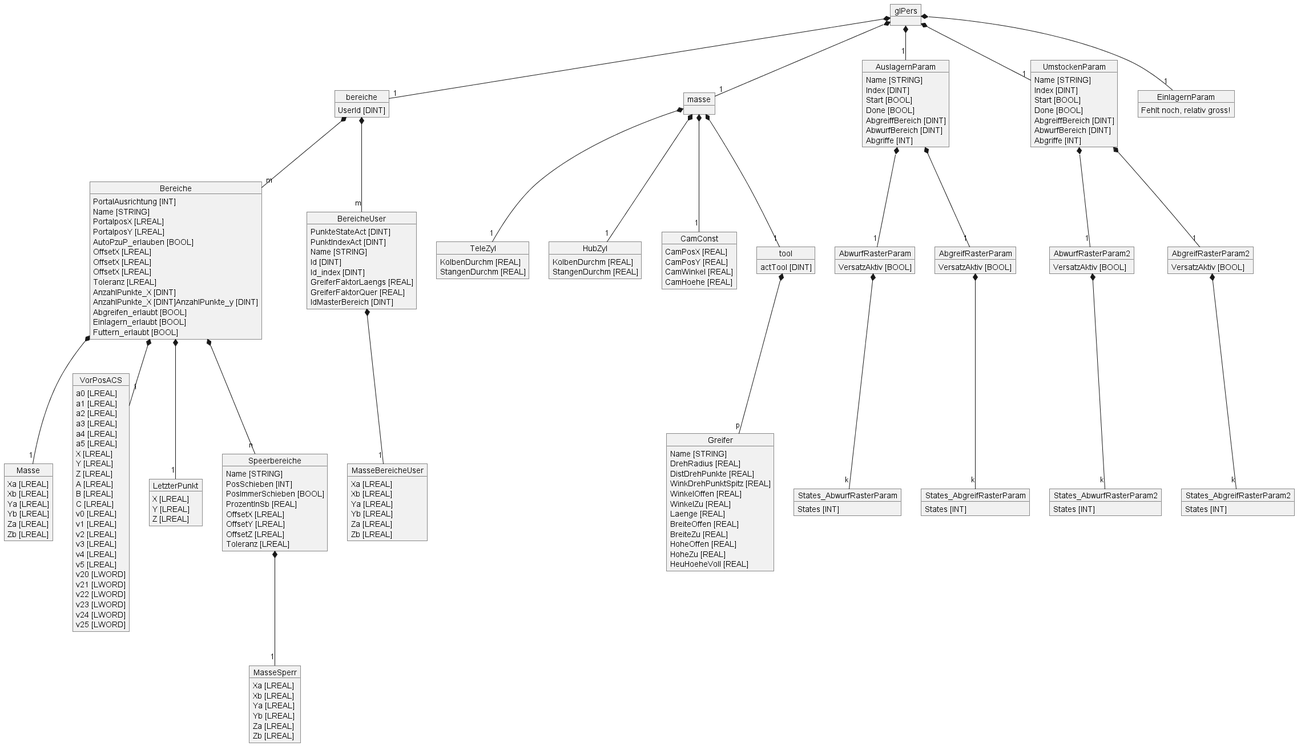
The PlantUML diagram Object_Diagram.png in dooominiin/Heukranen, before a commit. The source it was exported from:
```plantuml
@startuml

object glPers

object bereiche
object masse



bereiche : UserId [DINT]

object Bereiche
Bereiche : PortalAusrichtung [INT]
Bereiche : Name [STRING]
Bereiche : PortalposX [LREAL]
Bereiche : PortalposY [LREAL]
Bereiche : AutoPzuP_erlauben [BOOL]
Bereiche : OffsetX [LREAL]
Bereiche : OffsetX [LREAL]
Bereiche : OffsetX [LREAL]
Bereiche : Toleranz [LREAL]
Bereiche : AnzahlPunkte_X [DINT]
Bereiche : AnzahlPunkte_X [DINT]AnzahlPunkte_y [DINT]
Bereiche : Abgreifen_erlaubt [BOOL]
Bereiche : Einlagern_erlaubt [BOOL]
Bereiche : Futtern_erlaubt [BOOL]

Object Masse
Masse : Xa [LREAL]
Masse : Xb [LREAL]
Masse : Ya [LREAL]
Masse : Yb [LREAL]
Masse : Za [LREAL]
Masse : Zb [LREAL]

Object VorPosACS
VorPosACS : a0 [LREAL]
VorPosACS : a1 [LREAL]
VorPosACS : a2 [LREAL]
VorPosACS : a3 [LREAL]
VorPosACS : a4 [LREAL]
VorPosACS : a5 [LREAL]
VorPosACS : X [LREAL]
VorPosACS : Y [LREAL]
VorPosACS : Z [LREAL]
VorPosACS : A [LREAL]
VorPosACS : B [LREAL]
VorPosACS : C [LREAL]
VorPosACS : v0 [LREAL]
VorPosACS : v1 [LREAL]
VorPosACS : v2 [LREAL]
VorPosACS : v3 [LREAL]
VorPosACS : v4 [LREAL]
VorPosACS : v5 [LREAL]
VorPosACS : v20 [LWORD]
VorPosACS : v21 [LWORD]
VorPosACS : v22 [LWORD]
VorPosACS : v23 [LWORD]
VorPosACS : v24 [LWORD]
VorPosACS : v25 [LWORD]

Object LetzterPunkt
LetzterPunkt : X [LREAL]
LetzterPunkt : Y [LREAL]
LetzterPunkt : Z [LREAL]

Object Speerbereiche
Speerbereiche : Name [STRING]
Speerbereiche : PosSchieben [INT]
Speerbereiche : PosImmerSchieben [BOOL]
Speerbereiche : ProzentInSb [REAL]
Speerbereiche : OffsetX [LREAL]
Speerbereiche : OffsetY [LREAL]
Speerbereiche : OffsetZ [LREAL]
Speerbereiche : Toleranz [LREAL]

Object MasseSperr
MasseSperr : Xa [LREAL]
MasseSperr : Xb [LREAL]
MasseSperr : Ya [LREAL]
MasseSperr : Yb [LREAL]
MasseSperr : Za [LREAL]
MasseSperr : Zb [LREAL]

object BereicheUser
BereicheUser : PunkteStateAct [DINT]
BereicheUser : PunktIndexAct [DINT]
BereicheUser : Name [STRING]
BereicheUser : Id [DINT]
BereicheUser : Id_index [DINT]
BereicheUser : GreiferFaktorLaengs [REAL]
BereicheUser : GreiferFaktorQuer [REAL]
BereicheUser : IdMasterBereich [DINT]

object MasseBereicheUser
MasseBereicheUser : Xa [LREAL]
MasseBereicheUser : Xb [LREAL]
MasseBereicheUser : Ya [LREAL]
MasseBereicheUser : Yb [LREAL]
MasseBereicheUser : Za [LREAL]
MasseBereicheUser : Zb [LREAL]

object TeleZyl
TeleZyl : KolbenDurchm [REAL]
TeleZyl : StangenDurchm [REAL]

object HubZyl
HubZyl : KolbenDurchm [REAL]
HubZyl : StangenDurchm [REAL]

object CamConst
CamConst : CamPosX [REAL]
CamConst : CamPosY [REAL]
CamConst : CamWinkel [REAL]
CamConst : CamHoehe [REAL]

object tool
tool : actTool [DINT]

object Greifer
Greifer : Name [STRING]
Greifer : DrehRadius [REAL]
Greifer : DistDrehPunkte [REAL]
Greifer : WinkDrehPunktSpitz [REAL]
Greifer : WinkelOffen [REAL]
Greifer : WinkelZu [REAL]
Greifer : Laenge [REAL]
Greifer : BreiteOffen [REAL]
Greifer : BreiteZu [REAL]
Greifer : HoheOffen [REAL]
Greifer : HoheZu [REAL]
Greifer : HeuHoeheVoll [REAL]


object AuslagernParam
AuslagernParam : Name [STRING]
AuslagernParam : Index [DINT]
AuslagernParam : Start [BOOL]
AuslagernParam : Done [BOOL]
AuslagernParam : AbgreiffBereich [DINT]
AuslagernParam : AbwurfBereich [DINT]
AuslagernParam : Abgriffe [INT]

object AbwurfRasterParam
AbwurfRasterParam : VersatzAktiv [BOOL]

object States_AbwurfRasterParam
States_AbwurfRasterParam : States [INT]

object AbgreifRasterParam
AbgreifRasterParam : VersatzAktiv [BOOL]

object States_AbgreifRasterParam
States_AbgreifRasterParam : States [INT]

object UmstockenParam
UmstockenParam : Name [STRING]
UmstockenParam : Index [DINT]
UmstockenParam : Start [BOOL]
UmstockenParam : Done [BOOL]
UmstockenParam : AbgreiffBereich [DINT]
UmstockenParam : AbwurfBereich [DINT]
UmstockenParam : Abgriffe [INT]

object AbwurfRasterParam2
AbwurfRasterParam2 : VersatzAktiv [BOOL]

object States_AbwurfRasterParam2
States_AbwurfRasterParam2 : States [INT]

object AbgreifRasterParam2
AbgreifRasterParam2 : VersatzAktiv [BOOL]

object States_AbgreifRasterParam2
States_AbgreifRasterParam2 : States [INT]


object EinlagernParam
EinlagernParam : Fehlt noch, relativ gross!







glPers *-- "1" bereiche
glPers *-- "1" masse
glPers *-- "1" EinlagernParam
glPers *-- "1" AuslagernParam
glPers *-- "1" UmstockenParam

bereiche *-- "m" Bereiche
bereiche *-- "m" BereicheUser

Bereiche *-- "1" Masse
Bereiche *-- "1" VorPosACS
Bereiche *-- "1" LetzterPunkt
Bereiche *-- "n" Speerbereiche

Speerbereiche *-- "1" MasseSperr

BereicheUser *-- "1" MasseBereicheUser

masse *-- "1" TeleZyl
masse *-- "1" tool
masse *-- "1" HubZyl
masse *-- "1" CamConst

tool *-- "p" Greifer

AuslagernParam *-- "1" AbwurfRasterParam
AuslagernParam *-- "1" AbgreifRasterParam

AbwurfRasterParam *-- "k" States_AbwurfRasterParam
AbgreifRasterParam *-- "k" States_AbgreifRasterParam


UmstockenParam *-- "1" AbwurfRasterParam2
UmstockenParam *-- "1" AbgreifRasterParam2

AbwurfRasterParam2 *-- "k" States_AbwurfRasterParam2
AbgreifRasterParam2 *-- "k" States_AbgreifRasterParam2








@enduml
```
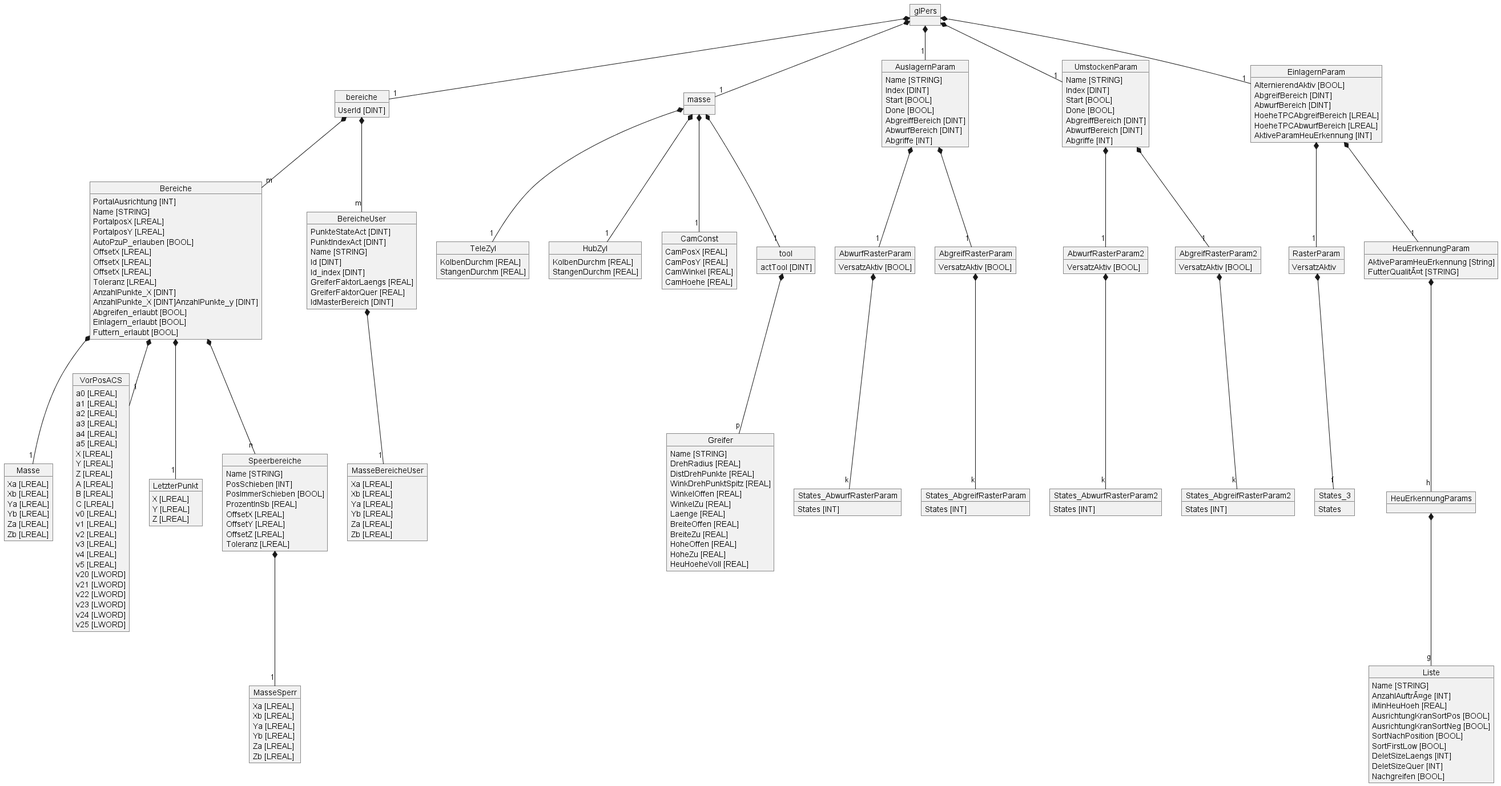
Later version of the same file.

Commit message:
object_diagram komplett

Diff of the diagram source:
```diff
@@ -176,11 +176,36 @@
 
 
 object EinlagernParam
-EinlagernParam : Fehlt noch, relativ gross!
+EinlagernParam : AlternierendAktiv [BOOL]
+EinlagernParam : AbgreifBereich [DINT]
+EinlagernParam : AbwurfBereich [DINT]
+EinlagernParam : HoeheTPCAbgreifBereich [LREAL]
+EinlagernParam : HoeheTPCAbwurfBereich [LREAL]
+EinlagernParam : AktiveParamHeuErkennung [INT]
 
+object RasterParam
+RasterParam : VersatzAktiv
 
+object States_3
+States_3 : States
 
+object HeuErkennungParam
+HeuErkennungParam : AktiveParamHeuErkennung [String]
 
+object HeuErkennungParams
+HeuErkennungParam : FutterQualitÃ¤t [STRING]
+
+object Liste
+Liste : Name [STRING]
+Liste : AnzahlAuftrÃ¤ge [INT]
+Liste : iMinHeuHoeh [REAL]
+Liste : AusrichtungKranSortPos [BOOL]
+Liste : AusrichtungKranSortNeg [BOOL]
+Liste : SortNachPosition [BOOL]
+Liste : SortFirstLow [BOOL]
+Liste : DeletSizeLaengs [INT]
+Liste : DeletSizeQuer [INT]
+Liste : Nachgreifen [BOOL]
 
 
 
@@ -222,9 +247,14 @@
 AbwurfRasterParam2 *-- "k" States_AbwurfRasterParam2
 AbgreifRasterParam2 *-- "k" States_AbgreifRasterParam2
 
+EinlagernParam *-- "1" RasterParam
+EinlagernParam *-- "1" HeuErkennungParam
 
+RasterParam *-- "f" States_3
 
+HeuErkennungParam *-- "h" HeuErkennungParams
 
+HeuErkennungParams *-- "g" Liste
 
 
 
```
